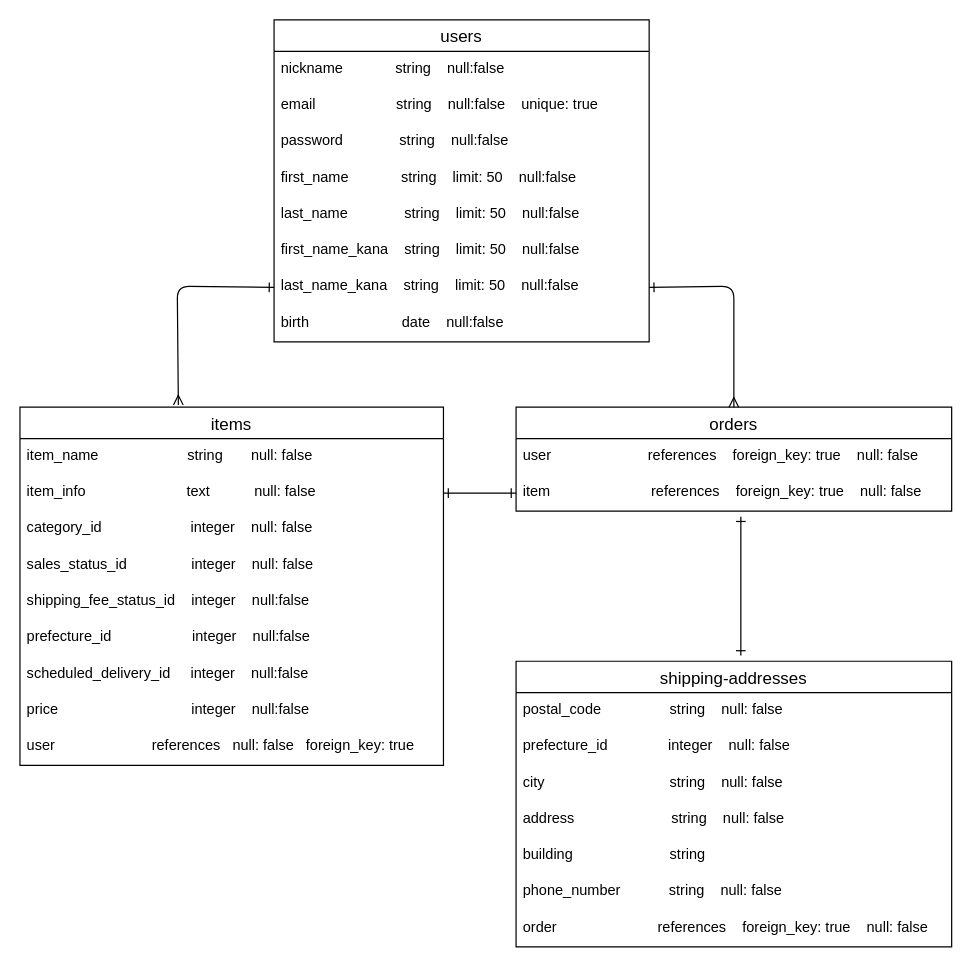
miopanda/furima-39159 keeps this draw.io diagram as furima.dio. Above is the earlier version. Source tidied: cells renumbered, new cells numbered last; positions are measured from the earlier drawing's top-left corner, leaving out a move shared by most shapes. Both pictures are drawn from the tidied source at 121%, with x=0, y=0 at pixel (19, 19).
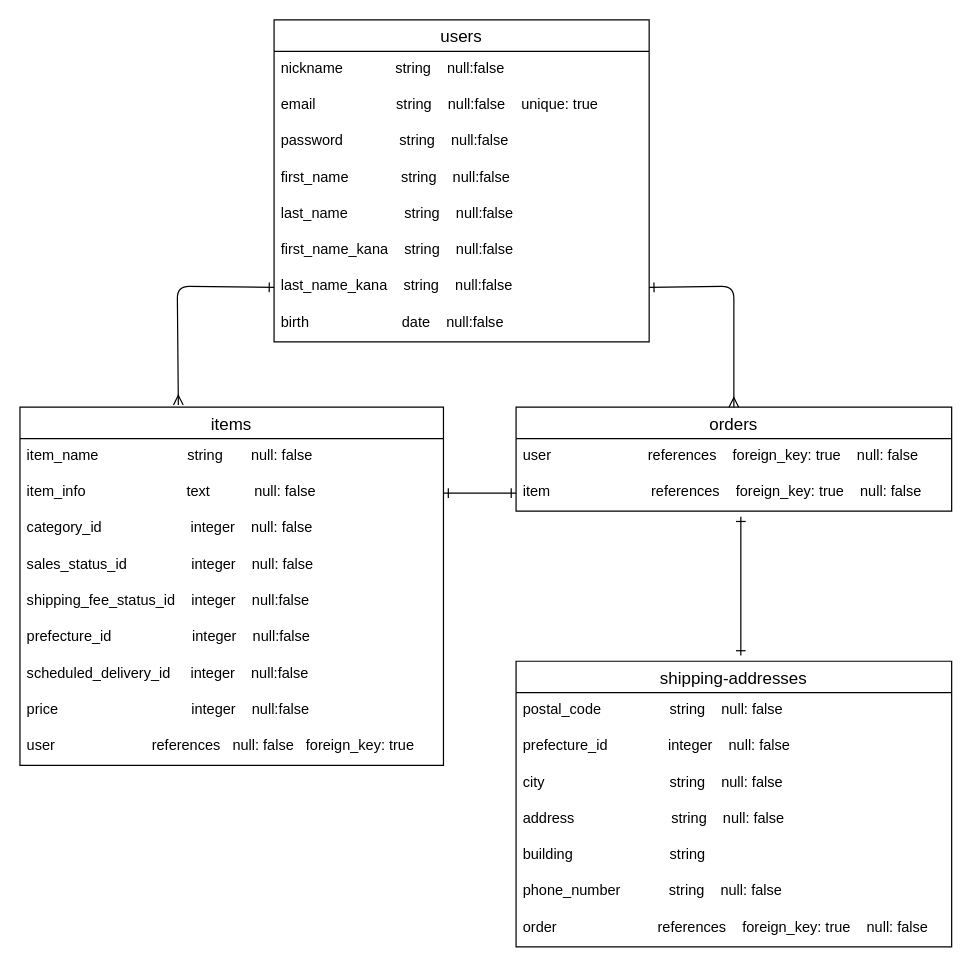
The same page after the edit.

The change refers to these unchanged cells:
```xml
<mxCell id="2" value="users" style="swimlane;fontStyle=0;horizontal=1;startSize=26;align=center;fontSize=14;" parent="1" vertex="1">
  <mxGeometry x="210" width="310" height="266" as="geometry" />
</mxCell>
```

What changed in the source:
```diff
@@
-    <mxCell id="6" value="first_name             string    limit: 50    null:false" style="text;strokeColor=none;fillColor=none;spacingLeft=4;spacingRight=4;overflow=hidden;fontSize=12;" parent="2" vertex="1">
+    <mxCell id="6" value="first_name             string    null:false" style="text;strokeColor=none;fillColor=none;spacingLeft=4;spacingRight=4;overflow=hidden;fontSize=12;" parent="2" vertex="1">
       <mxGeometry y="116" width="310" height="30" as="geometry" />
     </mxCell>
-    <mxCell id="7" value="last_name              string    limit: 50    null:false" style="text;strokeColor=none;fillColor=none;spacingLeft=4;spacingRight=4;overflow=hidden;fontSize=12;" parent="2" vertex="1">
+    <mxCell id="7" value="last_name              string    null:false" style="text;strokeColor=none;fillColor=none;spacingLeft=4;spacingRight=4;overflow=hidden;fontSize=12;" parent="2" vertex="1">
       <mxGeometry y="146" width="310" height="30" as="geometry" />
     </mxCell>
-    <mxCell id="8" value="first_name_kana    string    limit: 50    null:false" style="text;strokeColor=none;fillColor=none;spacingLeft=4;spacingRight=4;overflow=hidden;fontSize=12;" parent="2" vertex="1">
+    <mxCell id="8" value="first_name_kana    string    null:false" style="text;strokeColor=none;fillColor=none;spacingLeft=4;spacingRight=4;overflow=hidden;fontSize=12;" parent="2" vertex="1">
       <mxGeometry y="176" width="310" height="30" as="geometry" />
     </mxCell>
-    <mxCell id="9" value="last_name_kana    string    limit: 50    null:false" style="text;strokeColor=none;fillColor=none;spacingLeft=4;spacingRight=4;overflow=hidden;points=[[0,0.5],[1,0.5]];portConstraint=eastwest;fontSize=12;" parent="2" vertex="1">
+    <mxCell id="9" value="last_name_kana    string    null:false" style="text;strokeColor=none;fillColor=none;spacingLeft=4;spacingRight=4;overflow=hidden;points=[[0,0.5],[1,0.5]];portConstraint=eastwest;fontSize=12;" parent="2" vertex="1">
       <mxGeometry y="206" width="310" height="30" as="geometry" />
     </mxCell>
```
